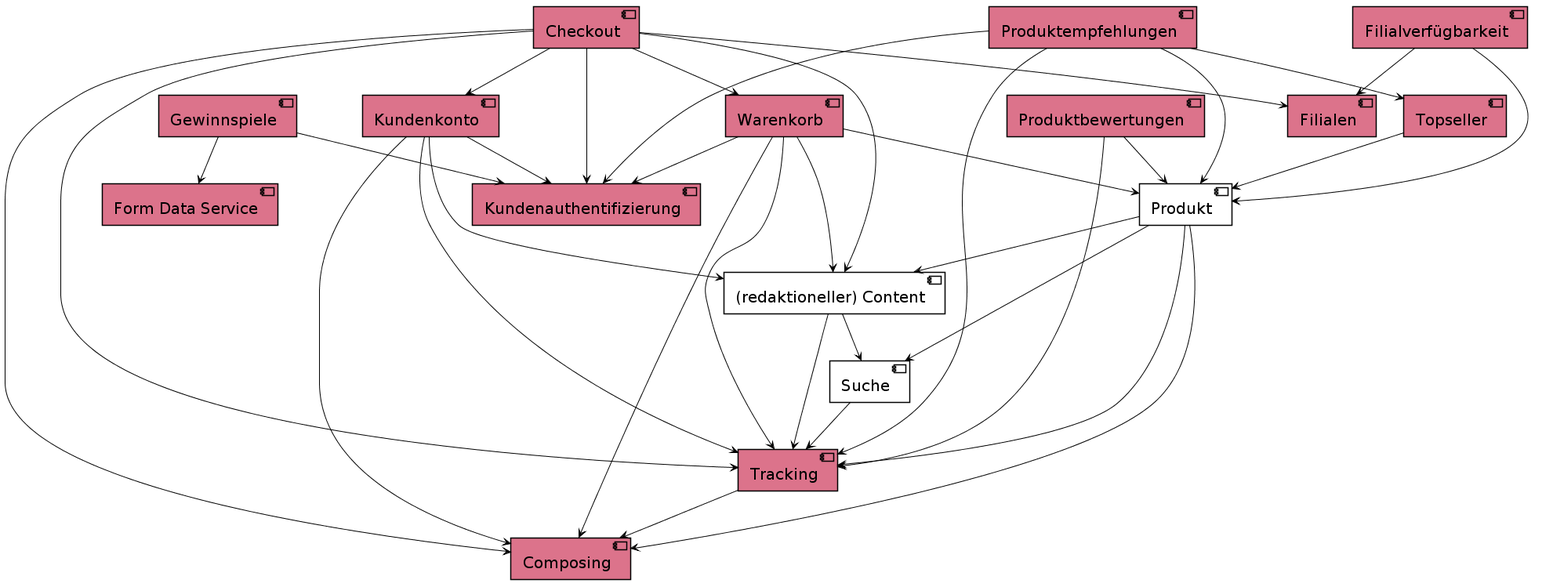
Before: _doc/bounded-context-focus.png, a diagram exported from PlantUML (denise-schaefer/micro-frontends). The source it was exported from:
```plantuml
@startuml
skinparam componentStyle uml2

skinparam backgroundColor transparent
skinparam shadowing false

[Produkt] #FFFFFF
[(redaktioneller) Content] #FFFFFF
[Suche] #FFFFFF

skinparam component {
  BorderColor black
  BackgroundColor #dc738b
  ArrowColor black
  FontSize 20
}

[Checkout] --> [Kundenkonto]
[Checkout] --> [Kundenauthentifizierung]
[Checkout] --> [Warenkorb]
[Checkout] --> [Filialen]
[Checkout] --> [(redaktioneller) Content]
[Checkout] --> [Tracking]
[Checkout] --> [Composing]

[Warenkorb] --> [(redaktioneller) Content]
[Warenkorb] --> [Produkt]
[Warenkorb] --> [Kundenauthentifizierung]
[Warenkorb] --> [Tracking]
[Warenkorb] --> [Composing]

[(redaktioneller) Content] --> [Tracking]
[(redaktioneller) Content] --> [Suche]

[Produkt] --> [Suche]
[Produkt] --> [(redaktioneller) Content]
[Produkt] --> [Tracking]
[Produkt] --> [Composing]

[Filialverfügbarkeit] --> [Produkt]
[Filialverfügbarkeit] --> [Filialen]

[Produktbewertungen] --> [Produkt]
[Produktbewertungen] --> [Tracking]

[Produktempfehlungen] --> [Produkt]
[Produktempfehlungen] --> [Kundenauthentifizierung]
[Produktempfehlungen] --> [Tracking]
[Produktempfehlungen] --> [Topseller]

[Topseller] --> [Produkt]

[Kundenkonto] --> [(redaktioneller) Content]
[Kundenkonto] -> [Kundenauthentifizierung]
[Kundenkonto] --> [Tracking]
[Kundenkonto] --> [Composing]

[Gewinnspiele] --> [Kundenauthentifizierung]
[Gewinnspiele] --> [Form Data Service]

[Suche] --> [Tracking]

[Tracking] --> [Composing]
@enduml
```
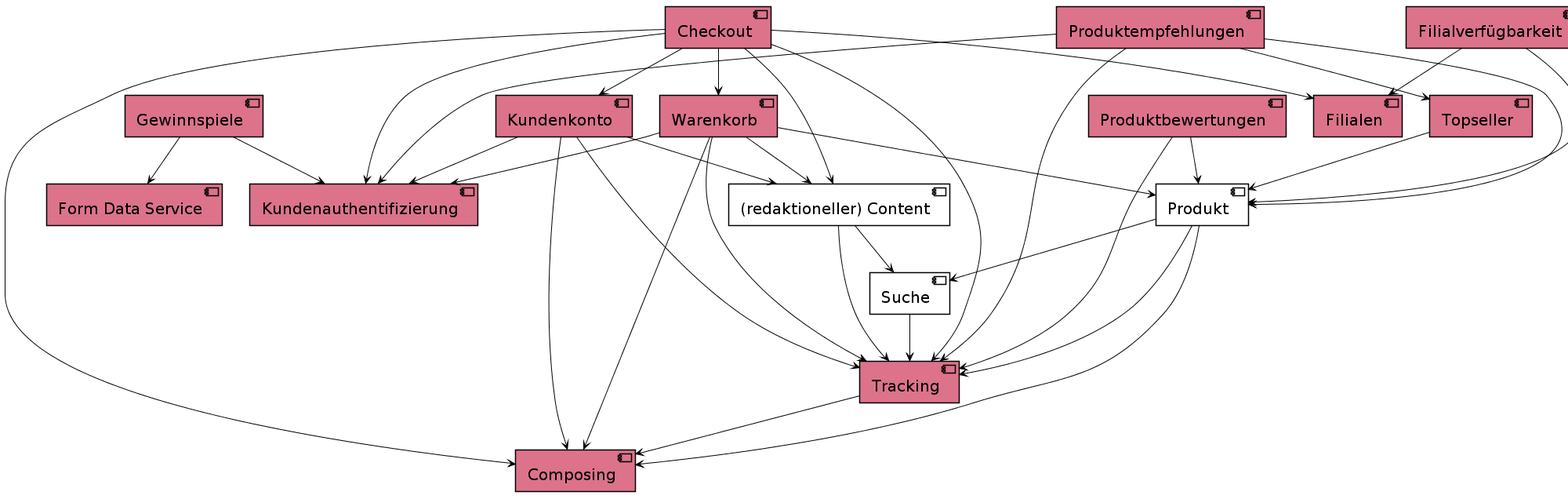
After the commit.

Diff of the diagram source:
```diff
@@ -33,7 +33,6 @@
 [(redaktioneller) Content] --> [Suche]
 
 [Produkt] --> [Suche]
-[Produkt] --> [(redaktioneller) Content]
 [Produkt] --> [Tracking]
 [Produkt] --> [Composing]
 
```
